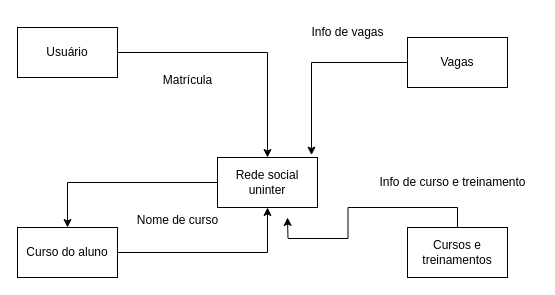
Above: page "DFD-contexto" (2 of 3) of practice-class-1.drawio in bruflor/ADS (draw.io), before the change. Source tidied: cells renumbered, new cells numbered last; positions are measured from the earlier drawing's top-left corner, leaving out a move shared by most shapes. Both pictures are drawn from the tidied source at 100%, with x=0, y=0 at pixel (17, 17).
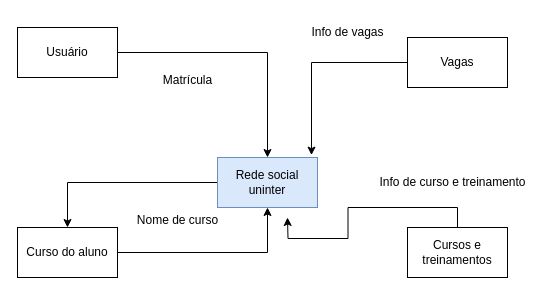
Above is the later version.

The edit, as a diff of the source:
```diff
@@
 <mxGraphModel>
   <root>
     <mxCell id="0" />
     <mxCell id="1" parent="0" />
     <mxCell id="2" style="edgeStyle=orthogonalEdgeStyle;rounded=0;jettySize=auto;html=1;exitX=0;exitY=0.5;exitDx=0;exitDy=0;entryX=0.5;entryY=0;entryDx=0;entryDy=0;" parent="1" edge="1" source="3" target="10">
       <mxGeometry relative="1" as="geometry" />
     </mxCell>
-    <mxCell id="3" value="Rede social uninter" style="html=1;dashed=0;whiteSpace=wrap;" parent="1" vertex="1">
+    <mxCell id="3" value="Rede social uninter" style="html=1;dashed=0;whiteSpace=wrap;fillColor=#dae8fc;strokeColor=#6c8ebf;" parent="1" vertex="1">
       <mxGeometry x="200" y="140" width="100" height="50" as="geometry" />
     </mxCell>
     <mxCell id="4" value="Vagas" style="html=1;dashed=0;whiteSpace=wrap;" parent="1" vertex="1">
       <mxGeometry x="390" y="20" width="100" height="50" as="geometry" />
     </mxCell>
     <mxCell id="5" style="edgeStyle=orthogonalEdgeStyle;rounded=0;jettySize=auto;html=1;exitX=0.5;exitY=0;exitDx=0;exitDy=0;" parent="1" edge="1" source="6">
       <mxGeometry relative="1" as="geometry">
         <mxPoint x="270" y="200" as="targetPoint" />
       </mxGeometry>
     </mxCell>
     <mxCell id="6" value="Cursos e treinamentos" style="html=1;dashed=0;whiteSpace=wrap;" parent="1" vertex="1">
       <mxGeometry x="390" y="210" width="100" height="50" as="geometry" />
     </mxCell>
     <mxCell id="7" style="edgeStyle=orthogonalEdgeStyle;rounded=0;jettySize=auto;html=1;" parent="1" edge="1" source="8" target="3">
       <mxGeometry relative="1" as="geometry" />
     </mxCell>
     <mxCell id="8" value="Usuário" style="html=1;dashed=0;whiteSpace=wrap;" parent="1" vertex="1">
       <mxGeometry y="10" width="100" height="50" as="geometry" />
     </mxCell>
     <mxCell id="9" style="edgeStyle=orthogonalEdgeStyle;rounded=0;jettySize=auto;html=1;exitX=1;exitY=0.5;exitDx=0;exitDy=0;entryX=0.5;entryY=1;entryDx=0;entryDy=0;" parent="1" edge="1" source="10" target="3">
       <mxGeometry relative="1" as="geometry" />
     </mxCell>
     <mxCell id="10" value="Curso do aluno" style="html=1;dashed=0;whiteSpace=wrap;" parent="1" vertex="1">
       <mxGeometry y="210" width="100" height="50" as="geometry" />
     </mxCell>
     <mxCell id="11" value="Matrícula" style="text;html=1;align=center;verticalAlign=middle;strokeColor=none;fillColor=none;" parent="1" vertex="1">
       <mxGeometry x="135" y="48" width="70" height="30" as="geometry" />
     </mxCell>
     <mxCell id="12" value="Nome de curso" style="text;html=1;align=center;verticalAlign=middle;strokeColor=none;fillColor=none;" parent="1" vertex="1">
       <mxGeometry x="110" y="188" width="100" height="30" as="geometry" />
     </mxCell>
     <mxCell id="13" style="edgeStyle=orthogonalEdgeStyle;rounded=0;jettySize=auto;html=1;exitX=0;exitY=0.5;exitDx=0;exitDy=0;entryX=0.94;entryY=-0.048;entryDx=0;entryDy=0;entryPerimeter=0;" parent="1" edge="1" source="4" target="3">
       <mxGeometry relative="1" as="geometry" />
     </mxCell>
     <mxCell id="14" value="Info de vagas" style="text;html=1;align=center;verticalAlign=middle;strokeColor=none;fillColor=none;" parent="1" vertex="1">
       <mxGeometry x="280" width="100" height="30" as="geometry" />
     </mxCell>
     <mxCell id="15" value="Info de curso e treinamento" style="text;html=1;align=center;verticalAlign=middle;strokeColor=none;fillColor=none;" parent="1" vertex="1">
       <mxGeometry x="350" y="150" width="170" height="30" as="geometry" />
     </mxCell>
   </root>
 </mxGraphModel>
```
